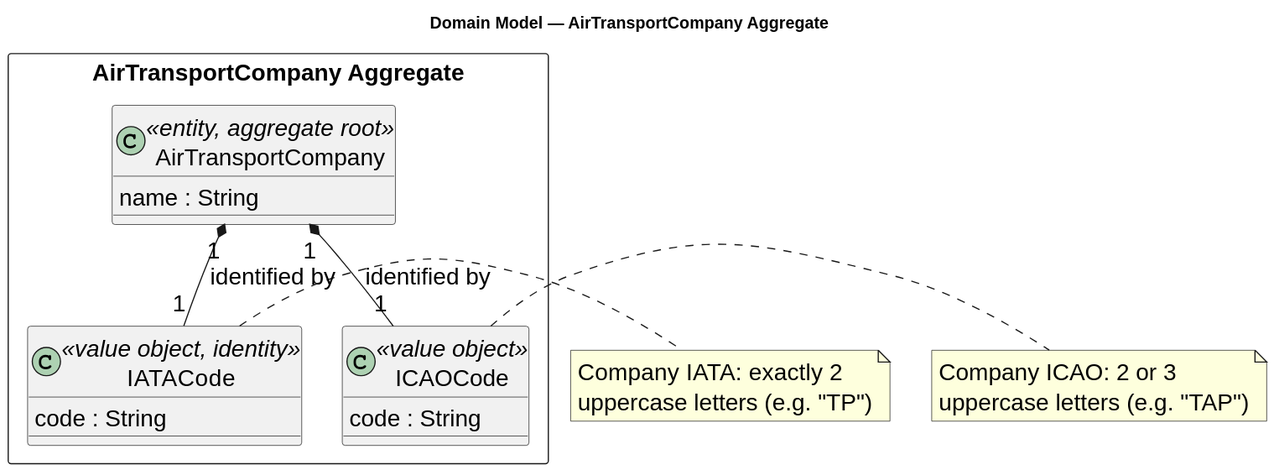
Before: aisafe.base/docs/user-stories/us060/svg/US060-domain-model.svg, a diagram exported from PlantUML (brunodspinto/aisafe).
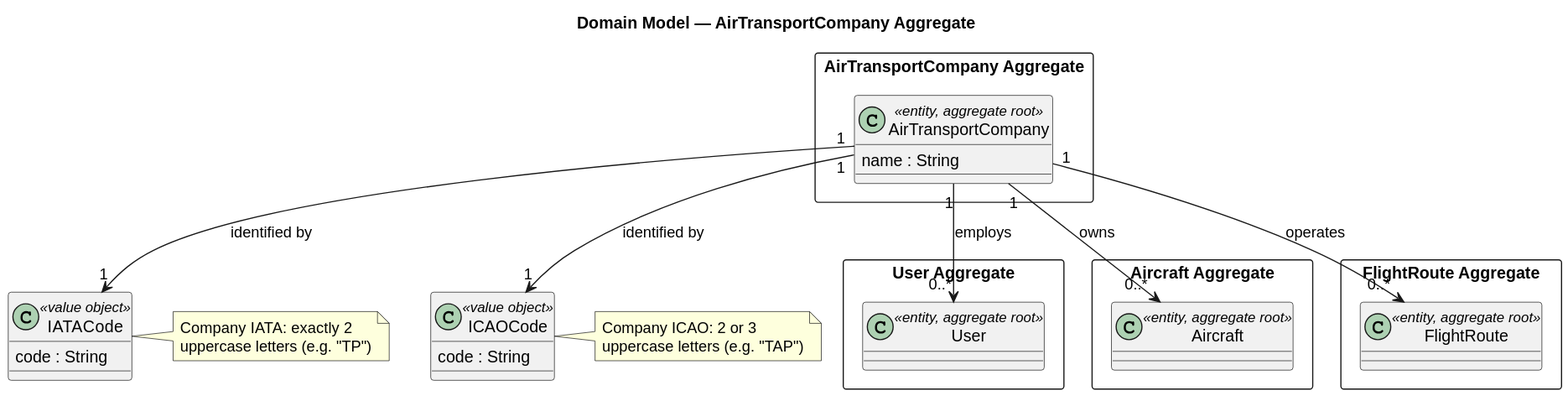
After the commit.

Commit message:
Update US060 UML diagrams and SVGs #30

Diff of the diagram source:
```diff
@@ -1,5 +1,4 @@
 @startuml
-skinparamlocked defaultFontSize 20
 skinparam shadowing false
 skinparam classAttributeIconSize 0
 
@@ -10,14 +9,10 @@
     class AirTransportCompany <<entity, aggregate root>> {
         name : String
     }
+}
 
-    class IATACode <<value object, identity>> {
-        code : String
-    }
-
-    class ICAOCode <<value object>> {
-        code : String
-    }
+class IATACode <<value object>> {
+    code : String
 }
 
 note right of IATACode
@@ -25,11 +20,31 @@
   uppercase letters (e.g. "TP")
 end note
 
+class ICAOCode <<value object>> {
+    code : String
+}
+
 note right of ICAOCode
   Company ICAO: 2 or 3
   uppercase letters (e.g. "TAP")
 end note
 
-AirTransportCompany "1" *-- "1" IATACode : "identified by"
-AirTransportCompany "1" *-- "1" ICAOCode : "identified by"
+package "User Aggregate" <<Rectangle>> {
+    class User <<entity, aggregate root>>
+}
+
+package "Aircraft Aggregate" <<Rectangle>> {
+    class Aircraft <<entity, aggregate root>>
+}
+
+package "FlightRoute Aggregate" <<Rectangle>> {
+    class FlightRoute <<entity, aggregate root>>
+}
+
+AirTransportCompany "1" --> "1" IATACode : "identified by"
+AirTransportCompany "1" --> "1" ICAOCode : "identified by"
+
+AirTransportCompany "1" --> "0..*" User : "employs"
+AirTransportCompany "1" --> "0..*" Aircraft : "owns"
+AirTransportCompany "1" --> "0..*" FlightRoute : "operates"
 @enduml
```
